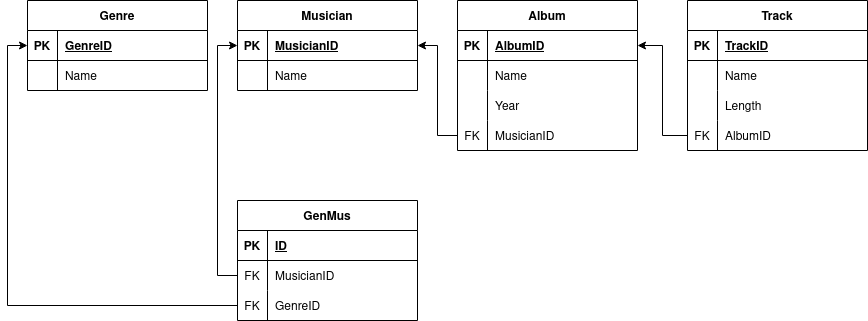
This is DB_HW_1.png from Garpusha/Database-HW, a draw.io export, as it was before one commit. Source tidied: cells renumbered, new cells last; positions are measured from the earlier drawing's top-left corner, leaving out a move shared by most shapes. The source it was exported from:
```xml
<mxGraphModel>
  <root>
    <mxCell id="0" />
    <mxCell id="1" parent="0" />
    <mxCell id="2" value="Genre" style="shape=table;startSize=30;rowLines=0;fontStyle=1;align=center;" parent="1" vertex="1">
      <mxGeometry width="180" height="90" as="geometry" />
    </mxCell>
    <mxCell id="3" style="shape=tableRow;horizontal=0;startSize=0;swimlaneHead=0;swimlaneBody=0;fillColor=none;points=[[0,0.5],[1,0.5]];portConstraint=eastwest;top=0;left=0;right=0;bottom=1;" parent="2" vertex="1">
      <mxGeometry y="30" width="180" height="30" as="geometry" />
    </mxCell>
    <mxCell id="4" value="PK" style="shape=partialRectangle;fillColor=none;top=0;left=0;bottom=0;right=0;fontStyle=1;overflow=hidden;" parent="3" vertex="1">
      <mxGeometry width="30" height="30" as="geometry" />
    </mxCell>
    <mxCell id="5" value="GenreID" style="shape=partialRectangle;fillColor=none;top=0;left=0;bottom=0;right=0;align=left;spacingLeft=6;fontStyle=5;overflow=hidden;" parent="3" vertex="1">
      <mxGeometry x="30" width="150" height="30" as="geometry" />
    </mxCell>
    <mxCell id="6" style="shape=tableRow;horizontal=0;startSize=0;swimlaneHead=0;swimlaneBody=0;fillColor=none;top=0;left=0;right=0;bottom=0;" parent="2" vertex="1">
      <mxGeometry y="60" width="180" height="30" as="geometry" />
    </mxCell>
    <mxCell id="7" style="shape=partialRectangle;fillColor=none;top=0;left=0;bottom=0;right=0;overflow=hidden;" parent="6" vertex="1">
      <mxGeometry width="30" height="30" as="geometry" />
    </mxCell>
    <mxCell id="8" value="Name" style="shape=partialRectangle;fillColor=none;top=0;left=0;bottom=0;right=0;align=left;spacingLeft=6;overflow=hidden;" parent="6" vertex="1">
      <mxGeometry x="30" width="150" height="30" as="geometry" />
    </mxCell>
    <mxCell id="9" value="Musician" style="shape=table;startSize=30;rowLines=0;fontStyle=1;align=center;" parent="1" vertex="1">
      <mxGeometry x="210" width="180" height="90" as="geometry" />
    </mxCell>
    <mxCell id="10" style="shape=tableRow;horizontal=0;startSize=0;swimlaneHead=0;swimlaneBody=0;fillColor=none;points=[[0,0.5],[1,0.5]];portConstraint=eastwest;top=0;left=0;right=0;bottom=1;" parent="9" vertex="1">
      <mxGeometry y="30" width="180" height="30" as="geometry" />
    </mxCell>
    <mxCell id="11" value="PK" style="shape=partialRectangle;fillColor=none;top=0;left=0;bottom=0;right=0;fontStyle=1;overflow=hidden;" parent="10" vertex="1">
      <mxGeometry width="30" height="30" as="geometry" />
    </mxCell>
    <mxCell id="12" value="MusicianID" style="shape=partialRectangle;fillColor=none;top=0;left=0;bottom=0;right=0;align=left;spacingLeft=6;fontStyle=5;overflow=hidden;" parent="10" vertex="1">
      <mxGeometry x="30" width="150" height="30" as="geometry" />
    </mxCell>
    <mxCell id="13" style="shape=tableRow;horizontal=0;startSize=0;swimlaneHead=0;swimlaneBody=0;fillColor=none;top=0;left=0;right=0;bottom=0;" parent="9" vertex="1">
      <mxGeometry y="60" width="180" height="30" as="geometry" />
    </mxCell>
    <mxCell id="14" style="shape=partialRectangle;fillColor=none;top=0;left=0;bottom=0;right=0;overflow=hidden;" parent="13" vertex="1">
      <mxGeometry width="30" height="30" as="geometry" />
    </mxCell>
    <mxCell id="15" value="Name" style="shape=partialRectangle;fillColor=none;top=0;left=0;bottom=0;right=0;align=left;spacingLeft=6;overflow=hidden;" parent="13" vertex="1">
      <mxGeometry x="30" width="150" height="30" as="geometry" />
    </mxCell>
    <mxCell id="16" value="Album" style="shape=table;startSize=30;rowLines=0;fontStyle=1;align=center;" parent="1" vertex="1">
      <mxGeometry x="430" width="180" height="150" as="geometry" />
    </mxCell>
    <mxCell id="17" style="shape=tableRow;horizontal=0;startSize=0;swimlaneHead=0;swimlaneBody=0;fillColor=none;points=[[0,0.5],[1,0.5]];portConstraint=eastwest;top=0;left=0;right=0;bottom=1;" parent="16" vertex="1">
      <mxGeometry y="30" width="180" height="30" as="geometry" />
    </mxCell>
    <mxCell id="18" value="PK" style="shape=partialRectangle;fillColor=none;top=0;left=0;bottom=0;right=0;fontStyle=1;overflow=hidden;" parent="17" vertex="1">
      <mxGeometry width="30" height="30" as="geometry" />
    </mxCell>
    <mxCell id="19" value="AlbumID" style="shape=partialRectangle;fillColor=none;top=0;left=0;bottom=0;right=0;align=left;spacingLeft=6;fontStyle=5;overflow=hidden;" parent="17" vertex="1">
      <mxGeometry x="30" width="150" height="30" as="geometry" />
    </mxCell>
    <mxCell id="20" style="shape=tableRow;horizontal=0;startSize=0;swimlaneHead=0;swimlaneBody=0;fillColor=none;top=0;left=0;right=0;bottom=0;" parent="16" vertex="1">
      <mxGeometry y="60" width="180" height="30" as="geometry" />
    </mxCell>
    <mxCell id="21" style="shape=partialRectangle;fillColor=none;top=0;left=0;bottom=0;right=0;overflow=hidden;" parent="20" vertex="1">
      <mxGeometry width="30" height="30" as="geometry" />
    </mxCell>
    <mxCell id="22" value="Name" style="shape=partialRectangle;fillColor=none;top=0;left=0;bottom=0;right=0;align=left;spacingLeft=6;overflow=hidden;" parent="20" vertex="1">
      <mxGeometry x="30" width="150" height="30" as="geometry" />
    </mxCell>
    <mxCell id="23" style="shape=tableRow;horizontal=0;startSize=0;swimlaneHead=0;swimlaneBody=0;fillColor=none;top=0;left=0;right=0;bottom=0;" parent="16" vertex="1">
      <mxGeometry y="90" width="180" height="30" as="geometry" />
    </mxCell>
    <mxCell id="24" style="shape=partialRectangle;fillColor=none;top=0;left=0;bottom=0;right=0;overflow=hidden;" parent="23" vertex="1">
      <mxGeometry width="30" height="30" as="geometry" />
    </mxCell>
    <mxCell id="25" value="Year" style="shape=partialRectangle;fillColor=none;top=0;left=0;bottom=0;right=0;align=left;spacingLeft=6;overflow=hidden;" parent="23" vertex="1">
      <mxGeometry x="30" width="150" height="30" as="geometry" />
    </mxCell>
    <mxCell id="26" style="shape=tableRow;horizontal=0;startSize=0;swimlaneHead=0;swimlaneBody=0;fillColor=none;points=[[0,0.5],[1,0.5]];portConstraint=eastwest;top=0;left=0;right=0;bottom=0;" parent="16" vertex="1">
      <mxGeometry y="120" width="180" height="30" as="geometry" />
    </mxCell>
    <mxCell id="27" value="FK" style="shape=partialRectangle;fillColor=none;top=0;left=0;bottom=0;right=0;overflow=hidden;" parent="26" vertex="1">
      <mxGeometry width="30" height="30" as="geometry" />
    </mxCell>
    <mxCell id="28" value="MusicianID" style="shape=partialRectangle;fillColor=none;top=0;left=0;bottom=0;right=0;align=left;spacingLeft=6;overflow=hidden;" parent="26" vertex="1">
      <mxGeometry x="30" width="150" height="30" as="geometry" />
    </mxCell>
    <mxCell id="29" value="Track" style="shape=table;startSize=30;rowLines=0;fontStyle=1;align=center;" parent="1" vertex="1">
      <mxGeometry x="660" width="180" height="150" as="geometry" />
    </mxCell>
    <mxCell id="30" style="shape=tableRow;horizontal=0;startSize=0;swimlaneHead=0;swimlaneBody=0;fillColor=none;top=0;left=0;right=0;bottom=1;" parent="29" vertex="1">
      <mxGeometry y="30" width="180" height="30" as="geometry" />
    </mxCell>
    <mxCell id="31" value="PK" style="shape=partialRectangle;fillColor=none;top=0;left=0;bottom=0;right=0;fontStyle=1;overflow=hidden;" parent="30" vertex="1">
      <mxGeometry width="30" height="30" as="geometry" />
    </mxCell>
    <mxCell id="32" value="TrackID" style="shape=partialRectangle;fillColor=none;top=0;left=0;bottom=0;right=0;align=left;spacingLeft=6;fontStyle=5;overflow=hidden;" parent="30" vertex="1">
      <mxGeometry x="30" width="150" height="30" as="geometry" />
    </mxCell>
    <mxCell id="33" style="shape=tableRow;horizontal=0;startSize=0;swimlaneHead=0;swimlaneBody=0;fillColor=none;top=0;left=0;right=0;bottom=0;" parent="29" vertex="1">
      <mxGeometry y="60" width="180" height="30" as="geometry" />
    </mxCell>
    <mxCell id="34" style="shape=partialRectangle;fillColor=none;top=0;left=0;bottom=0;right=0;overflow=hidden;" parent="33" vertex="1">
      <mxGeometry width="30" height="30" as="geometry" />
    </mxCell>
    <mxCell id="35" value="Name" style="shape=partialRectangle;fillColor=none;top=0;left=0;bottom=0;right=0;align=left;spacingLeft=6;overflow=hidden;" parent="33" vertex="1">
      <mxGeometry x="30" width="150" height="30" as="geometry" />
    </mxCell>
    <mxCell id="36" style="shape=tableRow;horizontal=0;startSize=0;swimlaneHead=0;swimlaneBody=0;fillColor=none;top=0;left=0;right=0;bottom=0;" parent="29" vertex="1">
      <mxGeometry y="90" width="180" height="30" as="geometry" />
    </mxCell>
    <mxCell id="37" style="shape=partialRectangle;fillColor=none;top=0;left=0;bottom=0;right=0;overflow=hidden;" parent="36" vertex="1">
      <mxGeometry width="30" height="30" as="geometry" />
    </mxCell>
    <mxCell id="38" value="Length" style="shape=partialRectangle;fillColor=none;top=0;left=0;bottom=0;right=0;align=left;spacingLeft=6;overflow=hidden;" parent="36" vertex="1">
      <mxGeometry x="30" width="150" height="30" as="geometry" />
    </mxCell>
    <mxCell id="39" style="shape=tableRow;horizontal=0;startSize=0;swimlaneHead=0;swimlaneBody=0;fillColor=none;points=[[0,0.5],[1,0.5]];portConstraint=eastwest;top=0;left=0;right=0;bottom=0;" parent="29" vertex="1">
      <mxGeometry y="120" width="180" height="30" as="geometry" />
    </mxCell>
    <mxCell id="40" value="FK" style="shape=partialRectangle;fillColor=none;top=0;left=0;bottom=0;right=0;overflow=hidden;" parent="39" vertex="1">
      <mxGeometry width="30" height="30" as="geometry" />
    </mxCell>
    <mxCell id="41" value="AlbumID" style="shape=partialRectangle;fillColor=none;top=0;left=0;bottom=0;right=0;align=left;spacingLeft=6;overflow=hidden;" parent="39" vertex="1">
      <mxGeometry x="30" width="150" height="30" as="geometry" />
    </mxCell>
    <mxCell id="42" value="GenMus" style="shape=table;startSize=30;rowLines=0;fontStyle=1;align=center;" parent="1" vertex="1">
      <mxGeometry x="210" y="200" width="180" height="120" as="geometry" />
    </mxCell>
    <mxCell id="43" style="shape=tableRow;horizontal=0;startSize=0;swimlaneHead=0;swimlaneBody=0;fillColor=none;top=0;left=0;right=0;bottom=1;" parent="42" vertex="1">
      <mxGeometry y="30" width="180" height="30" as="geometry" />
    </mxCell>
    <mxCell id="44" value="PK" style="shape=partialRectangle;fillColor=none;top=0;left=0;bottom=0;right=0;fontStyle=1;overflow=hidden;" parent="43" vertex="1">
      <mxGeometry width="30" height="30" as="geometry" />
    </mxCell>
    <mxCell id="45" value="ID" style="shape=partialRectangle;fillColor=none;top=0;left=0;bottom=0;right=0;align=left;spacingLeft=6;fontStyle=5;overflow=hidden;" parent="43" vertex="1">
      <mxGeometry x="30" width="150" height="30" as="geometry" />
    </mxCell>
    <mxCell id="46" style="shape=tableRow;horizontal=0;startSize=0;swimlaneHead=0;swimlaneBody=0;fillColor=none;points=[[0,0.5],[1,0.5]];portConstraint=eastwest;top=0;left=0;right=0;bottom=0;" parent="42" vertex="1">
      <mxGeometry y="60" width="180" height="30" as="geometry" />
    </mxCell>
    <mxCell id="47" value="FK" style="shape=partialRectangle;fillColor=none;top=0;left=0;bottom=0;right=0;overflow=hidden;" parent="46" vertex="1">
      <mxGeometry width="30" height="30" as="geometry" />
    </mxCell>
    <mxCell id="48" value="MusicianID" style="shape=partialRectangle;fillColor=none;top=0;left=0;bottom=0;right=0;align=left;spacingLeft=6;overflow=hidden;" parent="46" vertex="1">
      <mxGeometry x="30" width="150" height="30" as="geometry" />
    </mxCell>
    <mxCell id="49" style="shape=tableRow;horizontal=0;startSize=0;swimlaneHead=0;swimlaneBody=0;fillColor=none;points=[[0,0.5],[1,0.5]];portConstraint=eastwest;top=0;left=0;right=0;bottom=0;" parent="42" vertex="1">
      <mxGeometry y="90" width="180" height="30" as="geometry" />
    </mxCell>
    <mxCell id="50" value="FK" style="shape=partialRectangle;fillColor=none;top=0;left=0;bottom=0;right=0;overflow=hidden;" parent="49" vertex="1">
      <mxGeometry width="30" height="30" as="geometry" />
    </mxCell>
    <mxCell id="51" value="GenreID" style="shape=partialRectangle;fillColor=none;top=0;left=0;bottom=0;right=0;align=left;spacingLeft=6;overflow=hidden;" parent="49" vertex="1">
      <mxGeometry x="30" width="150" height="30" as="geometry" />
    </mxCell>
    <mxCell id="52" style="edgeStyle=orthogonalEdgeStyle;rounded=0;jettySize=auto;html=1;entryX=1;entryY=0.5;entryDx=0;entryDy=0;" parent="1" edge="1" source="26" target="10">
      <mxGeometry relative="1" as="geometry" />
    </mxCell>
    <mxCell id="53" style="edgeStyle=orthogonalEdgeStyle;rounded=0;jettySize=auto;html=1;" parent="1" edge="1" source="39" target="17">
      <mxGeometry relative="1" as="geometry" />
    </mxCell>
    <mxCell id="54" style="edgeStyle=orthogonalEdgeStyle;rounded=0;jettySize=auto;html=1;entryX=0;entryY=0.5;entryDx=0;entryDy=0;" parent="1" edge="1" source="49" target="3">
      <mxGeometry relative="1" as="geometry" />
    </mxCell>
    <mxCell id="55" style="edgeStyle=orthogonalEdgeStyle;rounded=0;jettySize=auto;html=1;exitX=0;exitY=0.5;exitDx=0;exitDy=0;entryX=0;entryY=0.5;entryDx=0;entryDy=0;" parent="1" edge="1" source="46" target="10">
      <mxGeometry relative="1" as="geometry" />
    </mxCell>
  </root>
</mxGraphModel>
```
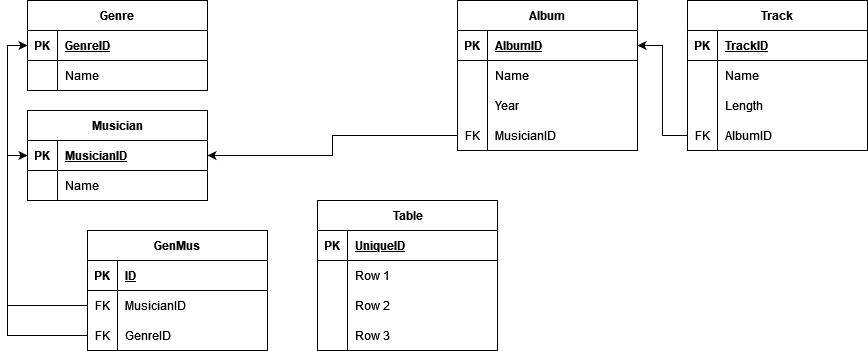
The same file after the commit.

What changed in the source:
```diff
@@ -24,7 +24,7 @@
       <mxGeometry x="30" width="150" height="30" as="geometry" />
     </mxCell>
     <mxCell id="9" value="Musician" style="shape=table;startSize=30;rowLines=0;fontStyle=1;align=center;" parent="1" vertex="1">
-      <mxGeometry x="210" width="180" height="90" as="geometry" />
+      <mxGeometry y="110" width="180" height="90" as="geometry" />
     </mxCell>
     <mxCell id="10" style="shape=tableRow;horizontal=0;startSize=0;swimlaneHead=0;swimlaneBody=0;fillColor=none;points=[[0,0.5],[1,0.5]];portConstraint=eastwest;top=0;left=0;right=0;bottom=1;" parent="9" vertex="1">
       <mxGeometry y="30" width="180" height="30" as="geometry" />
@@ -123,7 +123,7 @@
       <mxGeometry x="30" width="150" height="30" as="geometry" />
     </mxCell>
     <mxCell id="42" value="GenMus" style="shape=table;startSize=30;rowLines=0;fontStyle=1;align=center;" parent="1" vertex="1">
-      <mxGeometry x="210" y="200" width="180" height="120" as="geometry" />
+      <mxGeometry x="60" y="230" width="180" height="120" as="geometry" />
     </mxCell>
     <mxCell id="43" style="shape=tableRow;horizontal=0;startSize=0;swimlaneHead=0;swimlaneBody=0;fillColor=none;top=0;left=0;right=0;bottom=1;" parent="42" vertex="1">
       <mxGeometry y="30" width="180" height="30" as="geometry" />
@@ -164,5 +164,44 @@
     <mxCell id="55" style="edgeStyle=orthogonalEdgeStyle;rounded=0;jettySize=auto;html=1;exitX=0;exitY=0.5;exitDx=0;exitDy=0;entryX=0;entryY=0.5;entryDx=0;entryDy=0;" parent="1" edge="1" source="46" target="10">
       <mxGeometry relative="1" as="geometry" />
     </mxCell>
+    <mxCell id="56" value="Table" style="shape=table;startSize=30;rowLines=0;fontStyle=1;align=center;html=1;" parent="1" vertex="1">
+      <mxGeometry x="290" y="200" width="180" height="150" as="geometry" />
+    </mxCell>
+    <mxCell id="57" style="shape=tableRow;horizontal=0;startSize=0;swimlaneHead=0;swimlaneBody=0;fillColor=none;top=0;left=0;right=0;bottom=1;" parent="56" vertex="1">
+      <mxGeometry y="30" width="180" height="30" as="geometry" />
+    </mxCell>
+    <mxCell id="58" value="PK" style="shape=partialRectangle;fillColor=none;top=0;left=0;bottom=0;right=0;fontStyle=1;overflow=hidden;whiteSpace=wrap;html=1;" parent="57" vertex="1">
+      <mxGeometry width="30" height="30" as="geometry" />
+    </mxCell>
+    <mxCell id="59" value="UniqueID" style="shape=partialRectangle;fillColor=none;top=0;left=0;bottom=0;right=0;align=left;spacingLeft=6;fontStyle=5;overflow=hidden;whiteSpace=wrap;html=1;" parent="57" vertex="1">
+      <mxGeometry x="30" width="150" height="30" as="geometry" />
+    </mxCell>
+    <mxCell id="60" style="shape=tableRow;horizontal=0;startSize=0;swimlaneHead=0;swimlaneBody=0;fillColor=none;top=0;left=0;right=0;bottom=0;" parent="56" vertex="1">
+      <mxGeometry y="60" width="180" height="30" as="geometry" />
+    </mxCell>
+    <mxCell id="61" style="shape=partialRectangle;fillColor=none;top=0;left=0;bottom=0;right=0;overflow=hidden;whiteSpace=wrap;html=1;" parent="60" vertex="1">
+      <mxGeometry width="30" height="30" as="geometry" />
+    </mxCell>
+    <mxCell id="62" value="Row 1" style="shape=partialRectangle;fillColor=none;top=0;left=0;bottom=0;right=0;align=left;spacingLeft=6;overflow=hidden;whiteSpace=wrap;html=1;" parent="60" vertex="1">
+      <mxGeometry x="30" width="150" height="30" as="geometry" />
+    </mxCell>
+    <mxCell id="63" style="shape=tableRow;horizontal=0;startSize=0;swimlaneHead=0;swimlaneBody=0;fillColor=none;top=0;left=0;right=0;bottom=0;" parent="56" vertex="1">
+      <mxGeometry y="90" width="180" height="30" as="geometry" />
+    </mxCell>
+    <mxCell id="64" style="shape=partialRectangle;fillColor=none;top=0;left=0;bottom=0;right=0;overflow=hidden;whiteSpace=wrap;html=1;" parent="63" vertex="1">
+      <mxGeometry width="30" height="30" as="geometry" />
+    </mxCell>
+    <mxCell id="65" value="Row 2" style="shape=partialRectangle;fillColor=none;top=0;left=0;bottom=0;right=0;align=left;spacingLeft=6;overflow=hidden;whiteSpace=wrap;html=1;" parent="63" vertex="1">
+      <mxGeometry x="30" width="150" height="30" as="geometry" />
+    </mxCell>
+    <mxCell id="66" style="shape=tableRow;horizontal=0;startSize=0;swimlaneHead=0;swimlaneBody=0;fillColor=none;top=0;left=0;right=0;bottom=0;" parent="56" vertex="1">
+      <mxGeometry y="120" width="180" height="30" as="geometry" />
+    </mxCell>
+    <mxCell id="67" style="shape=partialRectangle;fillColor=none;top=0;left=0;bottom=0;right=0;overflow=hidden;whiteSpace=wrap;html=1;" parent="66" vertex="1">
+      <mxGeometry width="30" height="30" as="geometry" />
+    </mxCell>
+    <mxCell id="68" value="Row 3" style="shape=partialRectangle;fillColor=none;top=0;left=0;bottom=0;right=0;align=left;spacingLeft=6;overflow=hidden;whiteSpace=wrap;html=1;" parent="66" vertex="1">
+      <mxGeometry x="30" width="150" height="30" as="geometry" />
+    </mxCell>
   </root>
 </mxGraphModel>
```
